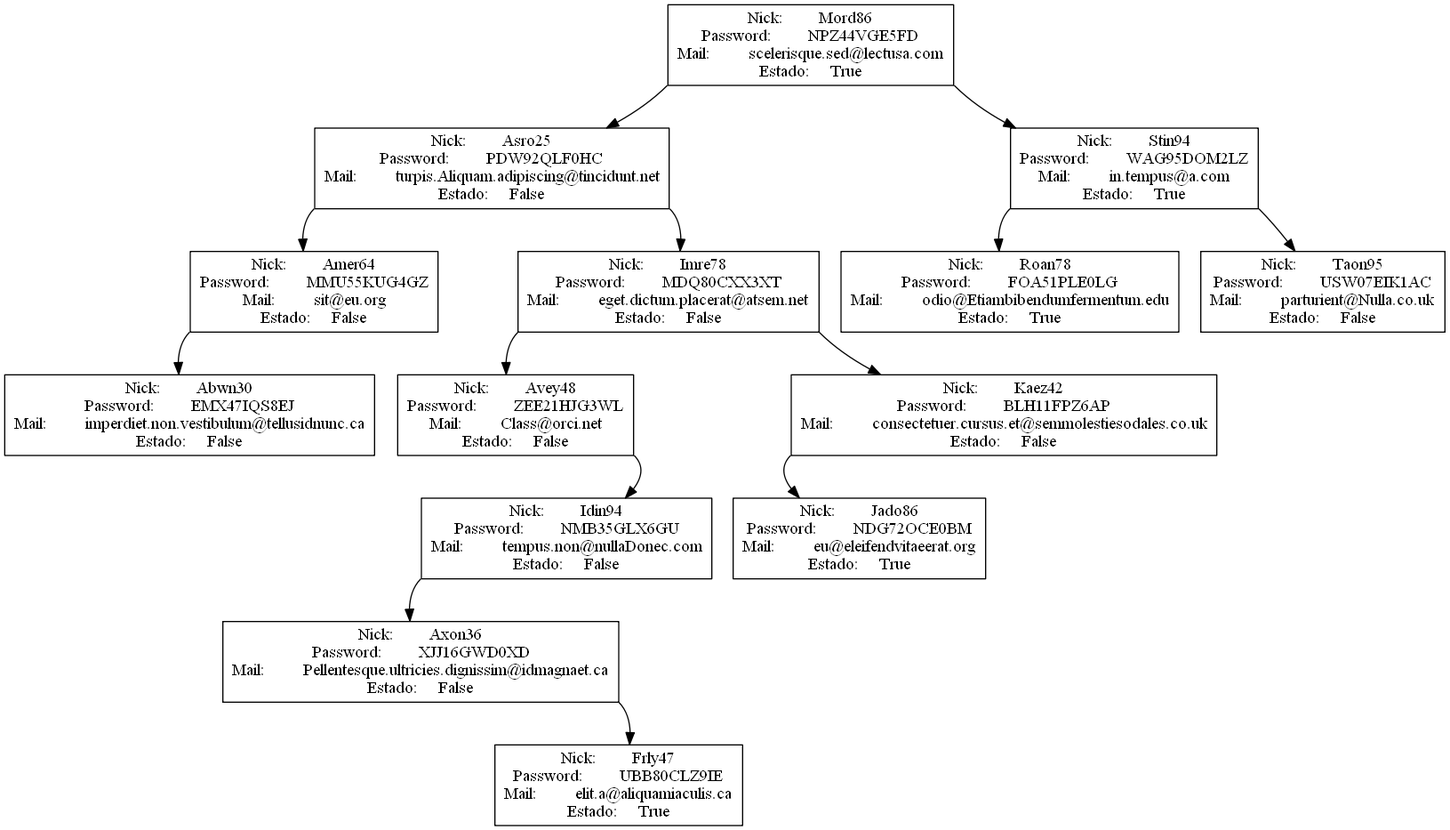
jocaqes/EDD_201212921 keeps this Graphviz diagram as Proyecto_fase1/WSproyecto1/WebApplication1/Imagenes/arbolBin.png. Above is the earlier version. Its source is kept beside it as Proyecto_fase1/WSproyecto1/WSproyecto1/Imagen/arbolBin.dot.
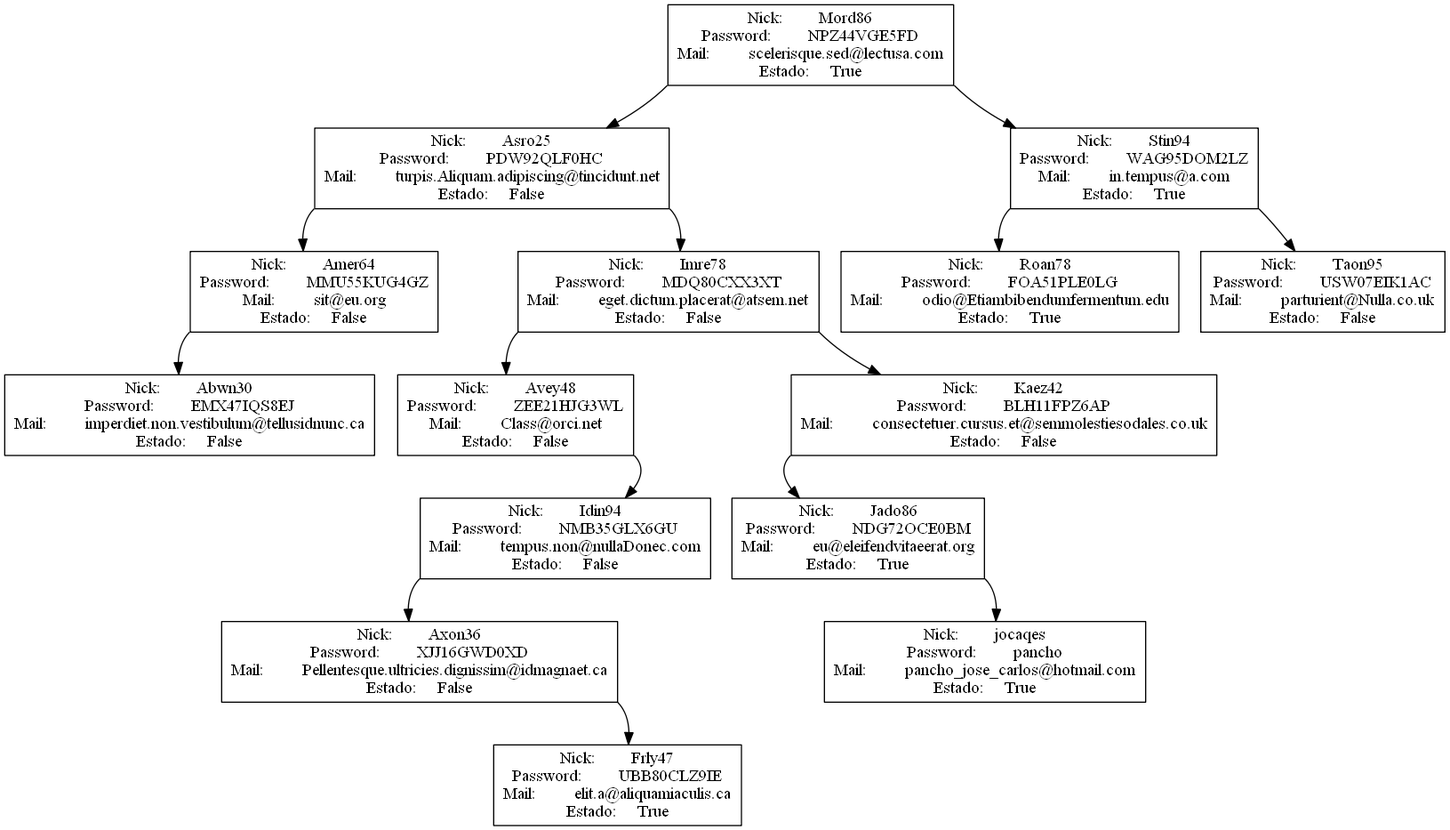
After the change.

Change to the diagram source:
```diff
@@ -54,6 +54,11 @@
 Password:	NDG72OCE0BM
 Mail:	eu@eleifendvitaeerat.org
 Estado:	True";shape=box]
+Jado86:se->jocaqes
+jocaqes[label="Nick:	jocaqes
+Password:	pancho
+Mail:	pancho_jose_carlos@hotmail.com
+Estado:	True";shape=box]
 Stin94[label="Nick:	Stin94
 Password:	WAG95DOM2LZ
 Mail:	in.tempus@a.com
```
